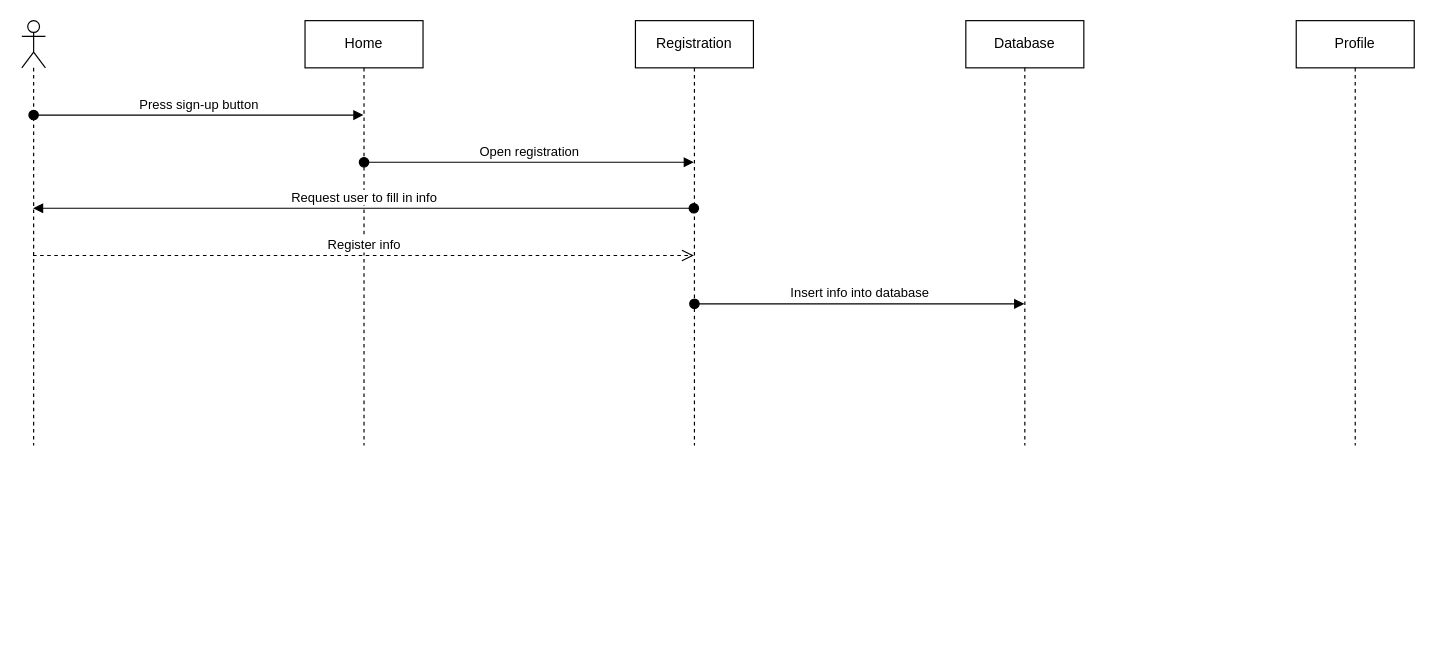
empty-works/lingua-flash keeps this draw.io diagram as docs/diagrams/sequence/linguaFlashRegisterSequenceDiagram.drawio. Above is the earlier version. Source tidied: cells renumbered, new cells numbered last; positions are measured from the earlier drawing's top-left corner, leaving out a move shared by most shapes. Both pictures are drawn from the tidied source at 118%, with x=0, y=0 at pixel (21, 20).
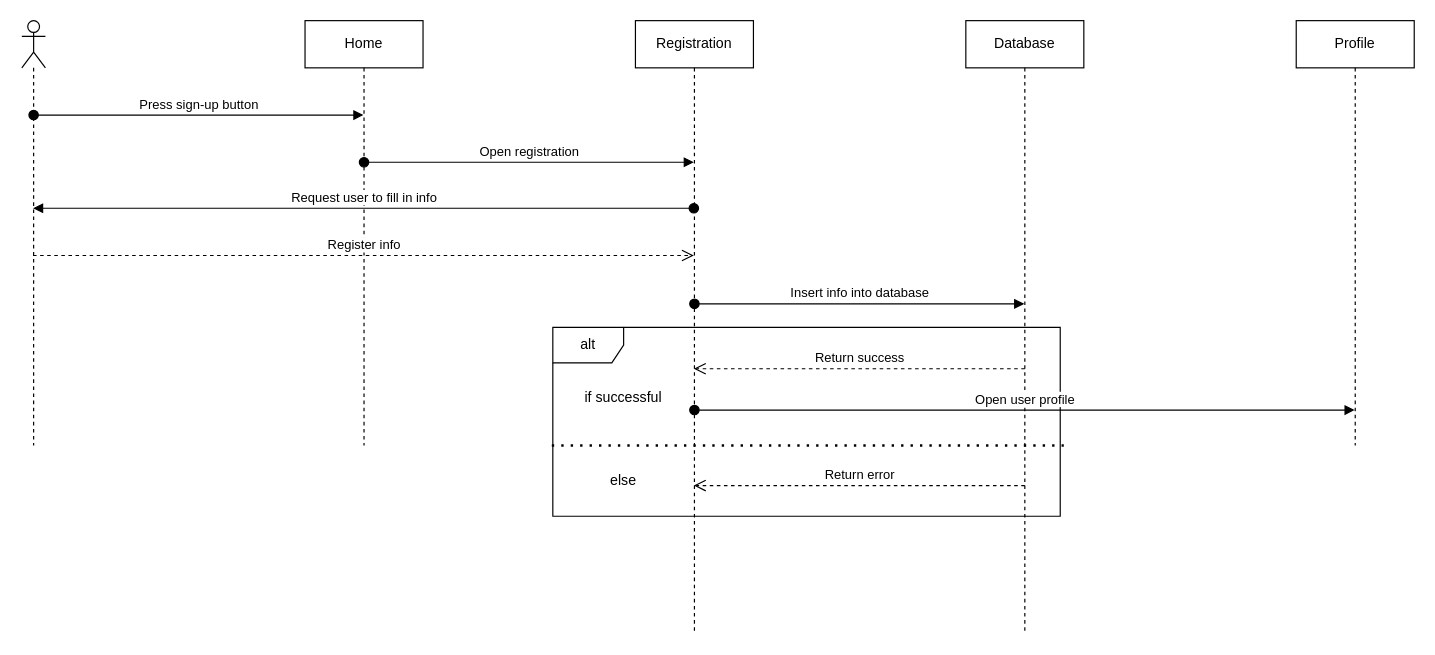
The same page after the edit.

The change refers to these unchanged cells:
```xml
<mxCell id="11" value="Profile" style="shape=umlLifeline;perimeter=lifelinePerimeter;whiteSpace=wrap;html=1;outlineConnect=0;portConstraint=eastwest;newEdgeStyle={&quot;edgeStyle&quot;:&quot;elbowEdgeStyle&quot;,&quot;elbow&quot;:&quot;vertical&quot;,&quot;curved&quot;:0,&quot;rounded&quot;:0};" parent="1" vertex="1">
  <mxGeometry x="1080" width="100" height="360" as="geometry" />
</mxCell>
```

What changed in the source:
```diff
@@
     <mxCell id="4" value="Registration" style="shape=umlLifeline;perimeter=lifelinePerimeter;whiteSpace=wrap;html=1;outlineConnect=0;portConstraint=eastwest;newEdgeStyle={&quot;edgeStyle&quot;:&quot;elbowEdgeStyle&quot;,&quot;elbow&quot;:&quot;vertical&quot;,&quot;curved&quot;:0,&quot;rounded&quot;:0};" parent="1" vertex="1">
-      <mxGeometry x="520" width="100" height="360" as="geometry" />
+      <mxGeometry x="520" width="100" height="520" as="geometry" />
     </mxCell>
@@
     <mxCell id="9" value="Database" style="shape=umlLifeline;perimeter=lifelinePerimeter;whiteSpace=wrap;html=1;outlineConnect=0;portConstraint=eastwest;newEdgeStyle={&quot;edgeStyle&quot;:&quot;elbowEdgeStyle&quot;,&quot;elbow&quot;:&quot;vertical&quot;,&quot;curved&quot;:0,&quot;rounded&quot;:0};" parent="1" vertex="1">
-      <mxGeometry x="800" width="100" height="360" as="geometry" />
+      <mxGeometry x="800" width="100" height="520" as="geometry" />
     </mxCell>
@@
+    <mxCell id="12" value="alt" style="shape=umlFrame;whiteSpace=wrap;html=1;" parent="1" vertex="1">
+      <mxGeometry x="450" y="260" width="430" height="160" as="geometry" />
+    </mxCell>
+    <mxCell id="13" value="if successful" style="text;html=1;strokeColor=none;fillColor=none;align=center;verticalAlign=middle;whiteSpace=wrap;rounded=0;" parent="1" vertex="1">
+      <mxGeometry x="460" y="300" width="100" height="40" as="geometry" />
+    </mxCell>
+    <mxCell id="14" value="Return success" style="html=1;verticalAlign=bottom;endArrow=open;dashed=1;endSize=8;edgeStyle=elbowEdgeStyle;elbow=vertical;curved=0;rounded=0;" parent="1" edge="1">
+      <mxGeometry relative="1" as="geometry">
+        <mxPoint x="850" y="295" as="sourcePoint" />
+        <mxPoint x="569.5" y="295" as="targetPoint" />
+      </mxGeometry>
+    </mxCell>
+    <mxCell id="15" style="endArrow=none;dashed=1;html=1;dashPattern=1 3;strokeWidth=2;rounded=0;exitX=-0.002;exitY=0.625;exitDx=0;exitDy=0;exitPerimeter=0;entryX=1.007;entryY=0.625;entryDx=0;entryDy=0;entryPerimeter=0;" parent="1" edge="1" source="12" target="12">
+      <mxGeometry relative="1" as="geometry" />
+    </mxCell>
+    <mxCell id="16" value="Open user profile" style="html=1;verticalAlign=bottom;startArrow=oval;startFill=1;endArrow=block;startSize=8;edgeStyle=elbowEdgeStyle;elbow=vertical;curved=0;rounded=0;" parent="1" edge="1" target="11">
+      <mxGeometry relative="1" as="geometry">
+        <mxPoint x="570" y="330" as="sourcePoint" />
+      </mxGeometry>
+    </mxCell>
+    <mxCell id="17" value="else" style="text;html=1;strokeColor=none;fillColor=none;align=center;verticalAlign=middle;whiteSpace=wrap;rounded=0;" parent="1" vertex="1">
+      <mxGeometry x="460" y="370" width="100" height="40" as="geometry" />
+    </mxCell>
+    <mxCell id="18" value="Return error" style="html=1;verticalAlign=bottom;endArrow=open;dashed=1;endSize=8;edgeStyle=elbowEdgeStyle;elbow=vertical;curved=0;rounded=0;" parent="1" edge="1">
+      <mxGeometry relative="1" as="geometry">
+        <mxPoint x="850" y="394" as="sourcePoint" />
+        <mxPoint x="569.5" y="394" as="targetPoint" />
+      </mxGeometry>
+    </mxCell>
```
